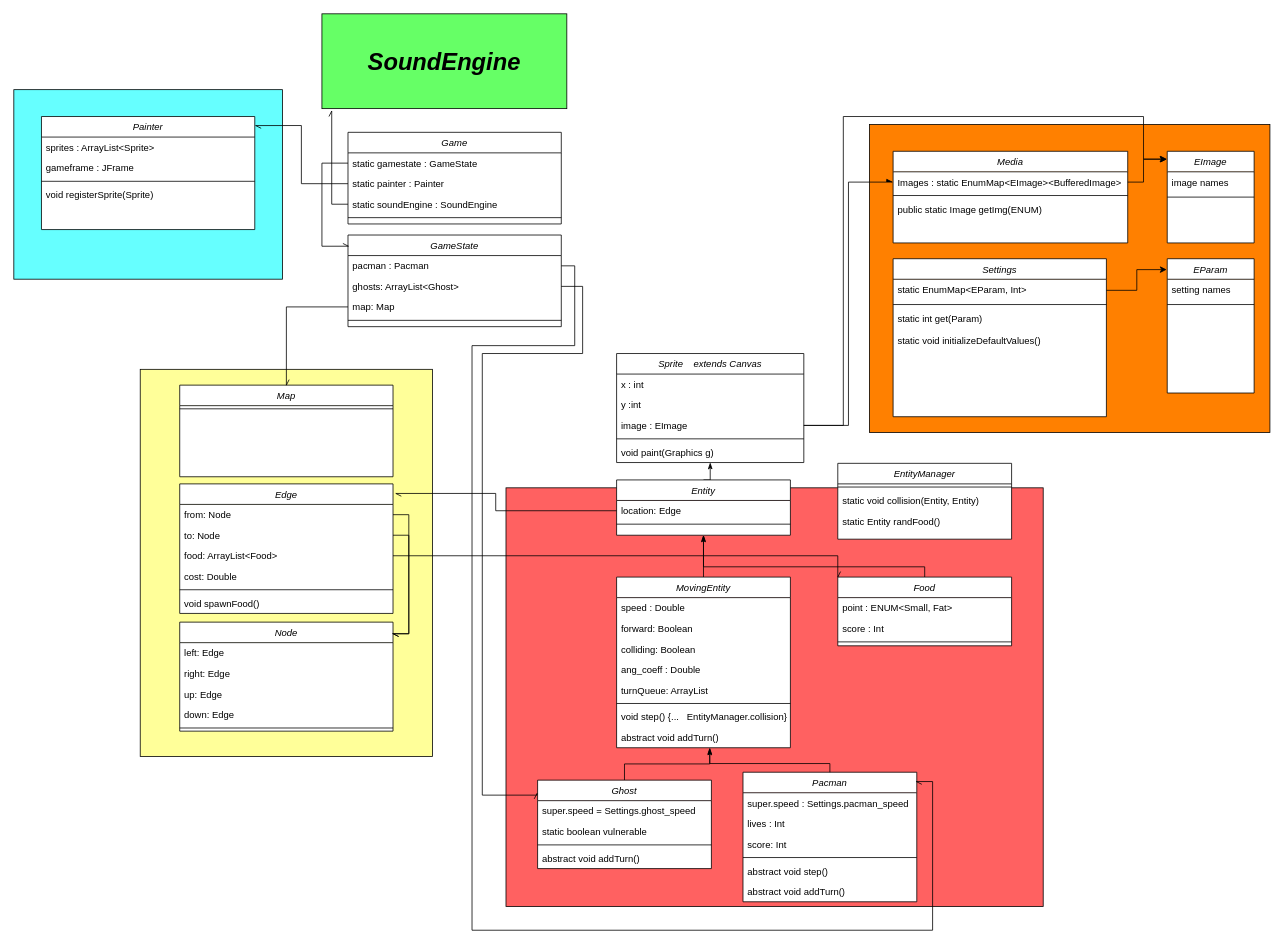
cerfedino/SwingPacman keeps this draw.io diagram as ClassDiagram.drawio. Above is the earlier version. Source tidied: cells renumbered, new cells numbered last; positions are measured from the earlier drawing's top-left corner, leaving out a move shared by most shapes. Both pictures are drawn from the tidied source at 79%, with x=0, y=0 at pixel (13, 13).
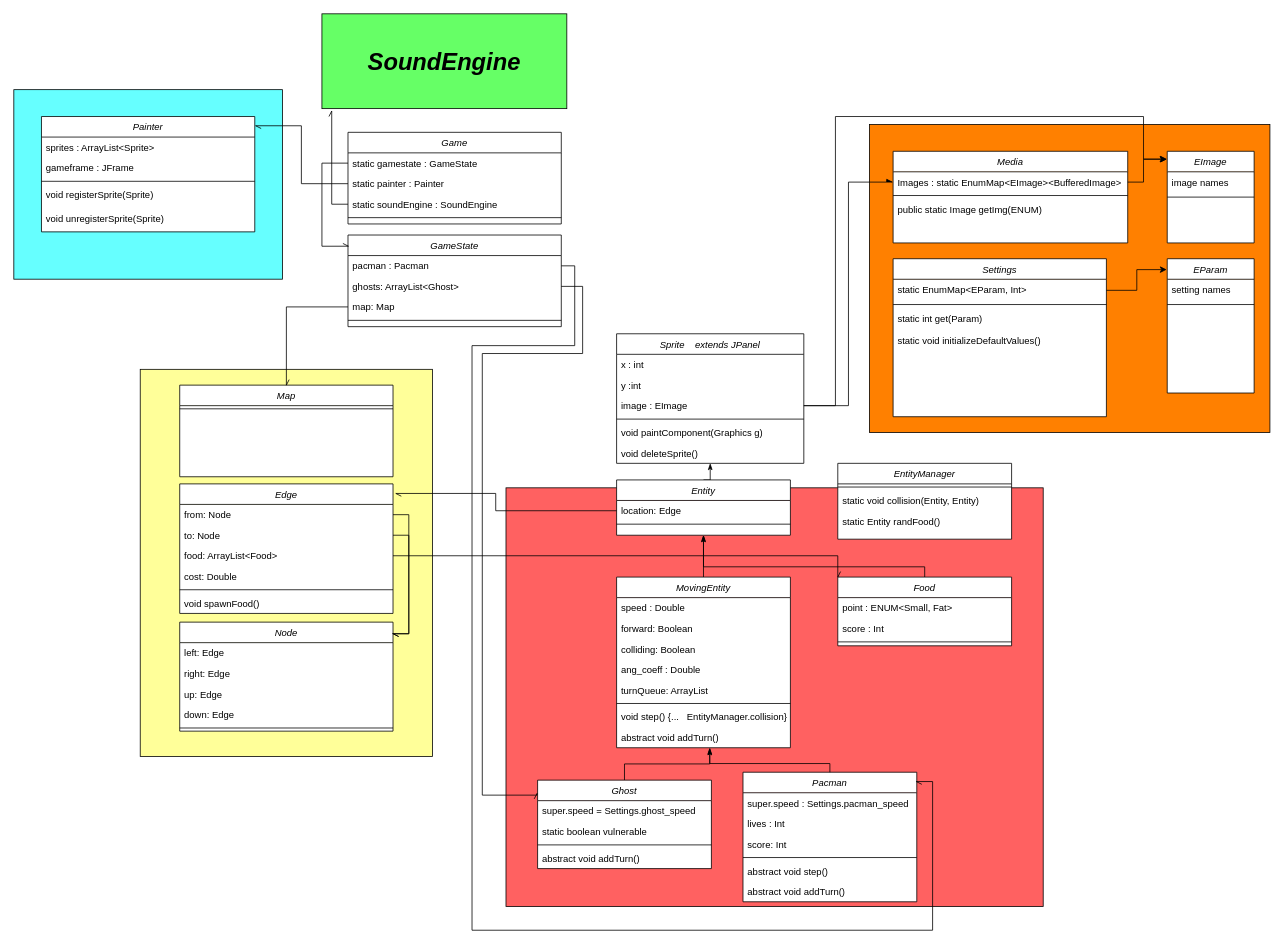
The same diagram, later.

Commit message (it also covers changes not shown here):
Added deletion of Sprite

The change refers to these unchanged cells:
```xml
<mxCell id="8" value="image : EImage" style="text;align=left;verticalAlign=top;spacingLeft=4;spacingRight=4;overflow=hidden;points=[[0,0.5],[1,0.5]];portConstraint=eastwest;rounded=0;shadow=0;html=0;" parent="5" vertex="1">
  <mxGeometry y="78" width="237" height="26" as="geometry" />
</mxCell>
<mxCell id="86" style="group;" parent="1" vertex="1">
  <mxGeometry y="96" width="340" height="254" as="geometry" />
</mxCell>
```

The edit, as a diff of the source:
```diff
@@
-    <mxCell id="5" value="Sprite    extends Canvas" style="swimlane;fontStyle=2;align=center;verticalAlign=top;horizontal=1;startSize=26;rounded=0;shadow=0;strokeWidth=1;swimlaneFillColor=#ffffff;" parent="1" vertex="1">
-      <mxGeometry x="763" y="430" width="237" height="138" as="geometry" />
+    <mxCell id="5" value="Sprite    extends JPanel" style="swimlane;fontStyle=2;align=center;verticalAlign=top;horizontal=1;startSize=26;rounded=0;shadow=0;strokeWidth=1;swimlaneFillColor=#ffffff;" parent="1" vertex="1">
+      <mxGeometry x="763" y="405" width="237" height="164" as="geometry" />
     </mxCell>
@@
-    <mxCell id="10" value="void paint(Graphics g)" style="text;align=left;verticalAlign=top;spacingLeft=4;spacingRight=4;overflow=hidden;rounded=0;shadow=0;html=0;" parent="5" vertex="1">
+    <mxCell id="10" value="void paintComponent(Graphics g)" style="text;align=left;verticalAlign=top;spacingLeft=4;spacingRight=4;overflow=hidden;rounded=0;shadow=0;html=0;" parent="5" vertex="1">
       <mxGeometry y="112" width="237" height="26" as="geometry" />
     </mxCell>
+    <mxCell id="110" value="void deleteSprite()" style="text;align=left;verticalAlign=top;spacingLeft=4;spacingRight=4;overflow=hidden;rounded=0;shadow=0;html=0;" parent="5" vertex="1">
+      <mxGeometry y="138" width="237" height="26" as="geometry" />
+    </mxCell>
@@
     <mxCell id="88" value="Painter" style="swimlane;fontStyle=2;align=center;verticalAlign=top;horizontal=1;startSize=26;rounded=0;shadow=0;strokeWidth=1;swimlaneFillColor=#ffffff;" parent="86" vertex="1">
-      <mxGeometry x="35" y="34" width="270" height="143.1" as="geometry" />
+      <mxGeometry x="35" y="34" width="270" height="146" as="geometry" />
     </mxCell>
@@
+    <mxCell id="111" value="void unregisterSprite(Sprite)" style="text;align=left;verticalAlign=top;spacingLeft=4;spacingRight=4;overflow=hidden;rounded=0;shadow=0;html=0;" parent="88" vertex="1">
+      <mxGeometry y="116" width="270" height="30" as="geometry" />
+    </mxCell>
@@
     <mxCell id="109" style="edgeStyle=orthogonalEdgeStyle;rounded=0;jettySize=auto;html=1;exitX=1;exitY=0.5;exitDx=0;exitDy=0;" parent="1" edge="1" source="8">
       <mxGeometry relative="1" as="geometry">
         <mxPoint x="1459" y="184" as="targetPoint" />
         <Array as="points">
-          <mxPoint x="1050" y="521" />
-          <mxPoint x="1050" y="130" />
+          <mxPoint x="1040" y="496" />
+          <mxPoint x="1040" y="130" />
           <mxPoint x="1430" y="130" />
           <mxPoint x="1430" y="184" />
         </Array>
       </mxGeometry>
     </mxCell>
```
